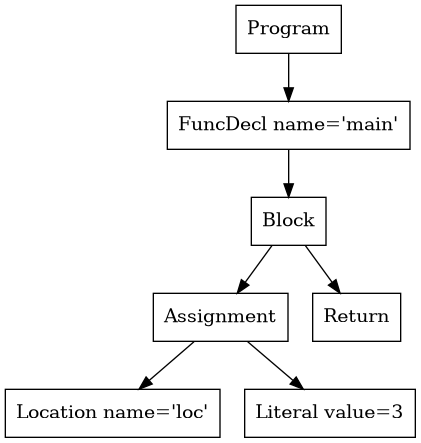
The Graphviz diagram p2-parser/tree.png in purejerome/cs432_project, before a commit. Its source is kept beside it as p2-parser/tree.dot.
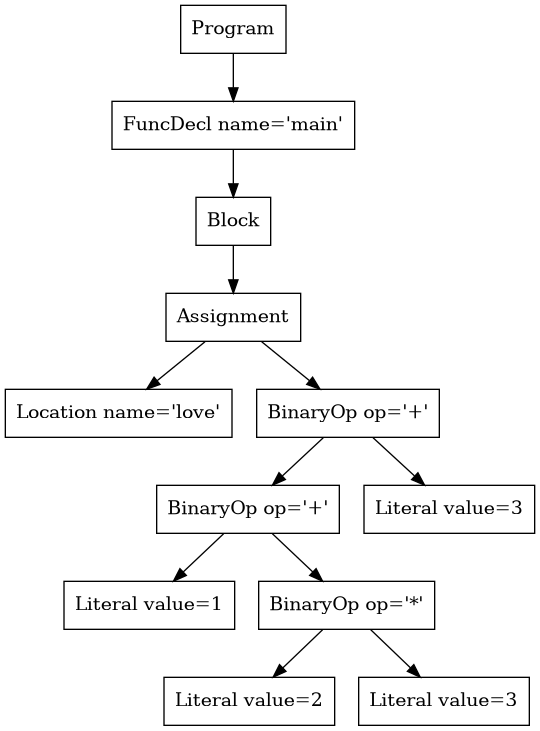
After the commit.

What changed in the source:
```diff
@@ -1,13 +1,23 @@
 digraph AST {
-4 [shape=box, label="Location name='loc'"];
-5 [shape=box, label="Literal value=3"];
+4 [shape=box, label="Location name='love'"];
+7 [shape=box, label="Literal value=1"];
+9 [shape=box, label="Literal value=2"];
+10 [shape=box, label="Literal value=3"];
+8 [shape=box, label="BinaryOp op='*'"];
+8 -> 9;
+8 -> 10;
+6 [shape=box, label="BinaryOp op='+'"];
+6 -> 7;
+6 -> 8;
+11 [shape=box, label="Literal value=3"];
+5 [shape=box, label="BinaryOp op='+'"];
+5 -> 6;
+5 -> 11;
 3 [shape=box, label="Assignment"];
 3 -> 4;
 3 -> 5;
-6 [shape=box, label="Return"];
 2 [shape=box, label="Block"];
 2 -> 3;
-2 -> 6;
 1 [shape=box, label="FuncDecl name='main'"];
 1 -> 2;
 0 [shape=box, label="Program"];
```
